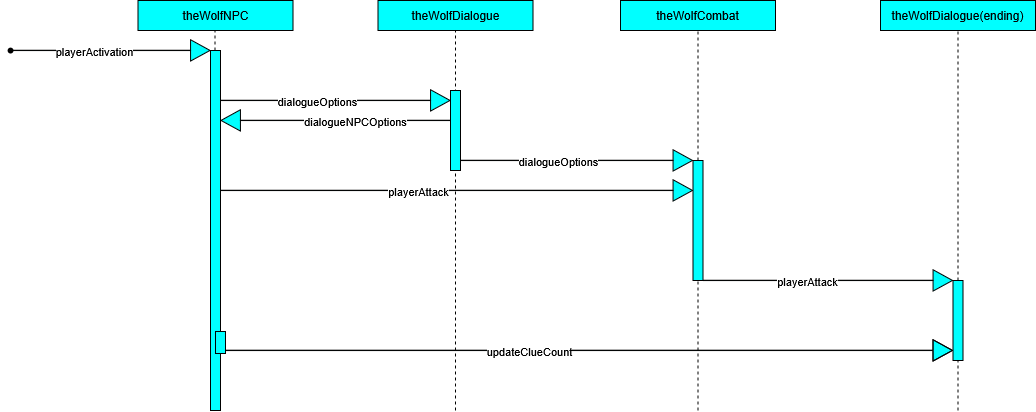
Earlier version of the draw.io export Docs/tl2/Todd Carter Works/Todd_Carter_Sequence_Diagram.png (GreenSkyGames/Breaking-Red). Source tidied: cells renumbered, new cells last; positions are measured from the earlier drawing's top-left corner, leaving out a move shared by most shapes.
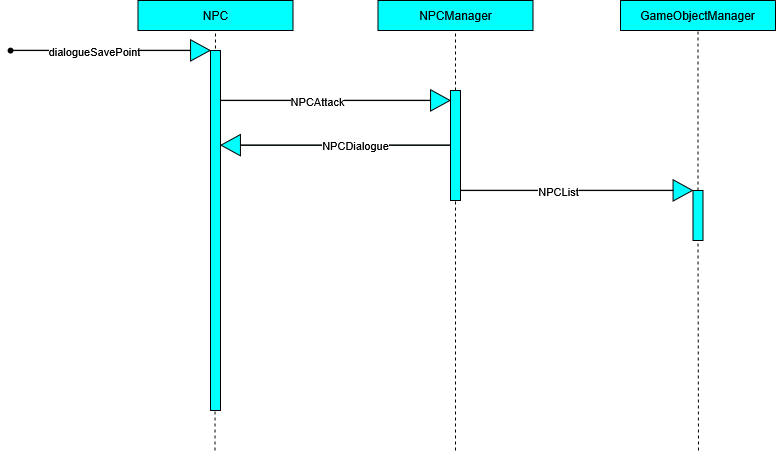
Later version of the same file.

The edit, as a diff of the source:
```diff
@@ -2,10 +2,9 @@
   <root>
     <mxCell id="0" />
     <mxCell id="1" parent="0" />
-    <mxCell id="2" style="endArrow=none;dashed=1;html=1;rounded=0;entryX=0.5;entryY=1;entryDx=0;entryDy=0;" parent="1" edge="1">
+    <mxCell id="2" style="endArrow=none;dashed=1;html=1;rounded=0;entryX=0.5;entryY=1;entryDx=0;entryDy=0;" parent="1" edge="1" target="14">
       <mxGeometry relative="1" as="geometry">
-        <mxPoint x="214.5" y="410" as="sourcePoint" />
-        <mxPoint x="214.5" y="30" as="targetPoint" />
+        <mxPoint x="214.5" y="450" as="sourcePoint" />
       </mxGeometry>
     </mxCell>
     <mxCell id="3" style="endArrow=none;dashed=1;html=1;rounded=0;entryX=0.5;entryY=1;entryDx=0;entryDy=0;" parent="1" edge="1" source="22" target="9">
@@ -13,112 +12,64 @@
     </mxCell>
     <mxCell id="4" style="endArrow=none;dashed=1;html=1;rounded=0;entryX=0.5;entryY=1;entryDx=0;entryDy=0;" parent="1" edge="1" target="7">
       <mxGeometry relative="1" as="geometry">
-        <mxPoint x="455" y="410" as="sourcePoint" />
+        <mxPoint x="455" y="450" as="sourcePoint" />
       </mxGeometry>
     </mxCell>
     <mxCell id="5" style="html=1;points=[[0,0,0,0,5],[0,1,0,0,-5],[1,0,0,0,5],[1,1,0,0,-5]];perimeter=orthogonalPerimeter;outlineConnect=0;targetShapes=umlLifeline;portConstraint=eastwest;newEdgeStyle={&quot;curved&quot;:0,&quot;rounded&quot;:0};fillColor=#00FFFF;strokeColor=default;strokeWidth=1;" parent="1" vertex="1">
       <mxGeometry x="210" y="50" width="10" height="360" as="geometry" />
     </mxCell>
     <mxCell id="6" style="html=1;points=[[0,0,0,0,5],[0,1,0,0,-5],[1,0,0,0,5],[1,1,0,0,-5]];perimeter=orthogonalPerimeter;outlineConnect=0;targetShapes=umlLifeline;portConstraint=eastwest;newEdgeStyle={&quot;curved&quot;:0,&quot;rounded&quot;:0};fillColor=#00FFFF;" parent="1" vertex="1">
-      <mxGeometry x="450" y="90" width="10" height="80" as="geometry" />
+      <mxGeometry x="450" y="90" width="10" height="110" as="geometry" />
     </mxCell>
-    <mxCell id="7" value="theWolfDialogue" style="text;html=1;align=center;verticalAlign=middle;whiteSpace=wrap;rounded=0;strokeColor=default;fillColor=#00FFFF;" parent="1" vertex="1">
+    <mxCell id="7" value="NPCManager" style="text;html=1;align=center;verticalAlign=middle;whiteSpace=wrap;rounded=0;strokeColor=default;fillColor=#00FFFF;" parent="1" vertex="1">
       <mxGeometry x="377.5" width="155" height="30" as="geometry" />
     </mxCell>
-    <mxCell id="8" value="theWolfDialogue(ending)" style="text;html=1;align=center;verticalAlign=middle;whiteSpace=wrap;rounded=0;strokeColor=default;fillColor=#00FFFF;" parent="1" vertex="1">
-      <mxGeometry x="880" width="155" height="30" as="geometry" />
-    </mxCell>
-    <mxCell id="9" value="theWolfCombat" style="text;html=1;align=center;verticalAlign=middle;whiteSpace=wrap;rounded=0;strokeColor=default;fillColor=#00FFFF;" parent="1" vertex="1">
+    <mxCell id="9" value="GameObjectManager" style="text;html=1;align=center;verticalAlign=middle;whiteSpace=wrap;rounded=0;strokeColor=default;fillColor=#00FFFF;" parent="1" vertex="1">
       <mxGeometry x="620" width="155" height="30" as="geometry" />
     </mxCell>
-    <mxCell id="10" style="endArrow=none;dashed=1;html=1;rounded=0;entryX=0.5;entryY=1;entryDx=0;entryDy=0;" parent="1" edge="1" source="26" target="8">
-      <mxGeometry relative="1" as="geometry" />
-    </mxCell>
     <mxCell id="11" style="shape=waypoint;sketch=0;fillStyle=solid;size=6;points=[];fillColor=none;perimeter=centerPerimeter;snapToPoint=1;" parent="1" vertex="1">
       <mxGeometry y="40" width="20" height="20" as="geometry" />
     </mxCell>
     <mxCell id="12" style="shape=flexArrow;endArrow=classic;html=1;rounded=0;fillColor=#00FFFF;width=0.3333333333333333;endSize=6.1433333333333335;exitX=0.65;exitY=0.629;exitDx=0;exitDy=0;exitPerimeter=0;" parent="1" edge="1" source="11" target="5">
       <mxGeometry relative="1" as="geometry" />
     </mxCell>
-    <mxCell id="13" value="playerActivation" style="edgeLabel;html=1;align=center;verticalAlign=middle;" parent="12" vertex="1">
+    <mxCell id="13" value="dialogueSavePoint" style="edgeLabel;html=1;align=center;verticalAlign=middle;" parent="12" vertex="1">
       <mxGeometry x="-0.17" relative="1" as="geometry" />
     </mxCell>
-    <mxCell id="14" value="theWolfNPC" style="text;html=1;align=center;verticalAlign=middle;whiteSpace=wrap;rounded=0;strokeColor=default;fillColor=#00FFFF;" parent="1" vertex="1">
+    <mxCell id="14" value="NPC" style="text;html=1;align=center;verticalAlign=middle;whiteSpace=wrap;rounded=0;strokeColor=default;fillColor=#00FFFF;" parent="1" vertex="1">
       <mxGeometry x="137.5" width="155" height="30" as="geometry" />
     </mxCell>
     <mxCell id="15" style="shape=flexArrow;endArrow=classic;html=1;rounded=0;fillColor=#00FFFF;width=0.3333333333333333;endSize=6.1433333333333335;" parent="1" edge="1">
       <mxGeometry relative="1" as="geometry">
-        <mxPoint x="450" y="120" as="sourcePoint" />
-        <mxPoint x="220" y="120" as="targetPoint" />
+        <mxPoint x="220" y="100" as="sourcePoint" />
+        <mxPoint x="450" y="100" as="targetPoint" />
       </mxGeometry>
     </mxCell>
-    <mxCell id="16" value="dialogueNPCOptions" style="edgeLabel;html=1;align=center;verticalAlign=middle;" parent="15" vertex="1">
+    <mxCell id="16" value="NPCAttack" style="edgeLabel;html=1;align=center;verticalAlign=middle;" parent="15" vertex="1">
       <mxGeometry x="-0.17" relative="1" as="geometry" />
     </mxCell>
-    <mxCell id="17" style="shape=flexArrow;endArrow=classic;html=1;rounded=0;fillColor=#00FFFF;width=0.3333333333333333;endSize=6.1433333333333335;exitX=0.65;exitY=0.629;exitDx=0;exitDy=0;exitPerimeter=0;" parent="1" edge="1">
-      <mxGeometry relative="1" as="geometry">
-        <mxPoint x="220" y="100" as="sourcePoint" />
-        <mxPoint x="450" y="100" as="targetPoint" />
-      </mxGeometry>
-    </mxCell>
-    <mxCell id="18" value="dialogueOptions" style="edgeLabel;html=1;align=center;verticalAlign=middle;" parent="17" vertex="1">
-      <mxGeometry x="-0.17" relative="1" as="geometry" />
-    </mxCell>
-    <mxCell id="19" style="shape=flexArrow;endArrow=classic;html=1;rounded=0;fillColor=#00FFFF;width=0.3333333333333333;endSize=6.1433333333333335;exitX=0.65;exitY=0.629;exitDx=0;exitDy=0;exitPerimeter=0;" parent="1" edge="1" target="22">
-      <mxGeometry relative="1" as="geometry">
-        <mxPoint x="460" y="160" as="sourcePoint" />
-      </mxGeometry>
+    <mxCell id="19" style="shape=flexArrow;endArrow=classic;html=1;rounded=0;fillColor=#00FFFF;width=0.3333333333333333;endSize=6.1433333333333335;" parent="1" edge="1" source="6" target="22">
+      <mxGeometry relative="1" as="geometry" />
     </mxCell>
-    <mxCell id="20" value="dialogueOptions" style="edgeLabel;html=1;align=center;verticalAlign=middle;" parent="19" vertex="1">
+    <mxCell id="20" value="NPCList" style="edgeLabel;html=1;align=center;verticalAlign=middle;" parent="19" vertex="1">
       <mxGeometry x="-0.17" relative="1" as="geometry" />
     </mxCell>
-    <mxCell id="21" style="endArrow=none;dashed=1;html=1;rounded=0;entryX=0.5;entryY=1;entryDx=0;entryDy=0;" parent="1" edge="1" target="22">
-      <mxGeometry relative="1" as="geometry">
-        <mxPoint x="697.5" y="410" as="sourcePoint" />
-      </mxGeometry>
-    </mxCell>
-    <mxCell id="22" style="html=1;points=[[0,0,0,0,5],[0,1,0,0,-5],[1,0,0,0,5],[1,1,0,0,-5]];perimeter=orthogonalPerimeter;outlineConnect=0;targetShapes=umlLifeline;portConstraint=eastwest;newEdgeStyle={&quot;curved&quot;:0,&quot;rounded&quot;:0};fillColor=#00FFFF;" parent="1" vertex="1">
-      <mxGeometry x="692.5" y="160" width="10" height="120" as="geometry" />
-    </mxCell>
-    <mxCell id="23" style="shape=flexArrow;endArrow=classic;html=1;rounded=0;fillColor=#00FFFF;width=0.3333333333333333;endSize=6.1433333333333335;exitX=0.65;exitY=0.629;exitDx=0;exitDy=0;exitPerimeter=0;" parent="1" edge="1" target="22">
+    <mxCell id="23" style="shape=flexArrow;endArrow=classic;html=1;rounded=0;fillColor=#00FFFF;width=0.3333333333333333;endSize=6.1433333333333335;" parent="1" edge="1">
       <mxGeometry relative="1" as="geometry">
-        <mxPoint x="220" y="190" as="sourcePoint" />
+        <mxPoint x="450" y="144.6" as="sourcePoint" />
+        <mxPoint x="220" y="144.6" as="targetPoint" />
       </mxGeometry>
     </mxCell>
-    <mxCell id="24" value="playerAttack" style="edgeLabel;html=1;align=center;verticalAlign=middle;" parent="23" vertex="1">
+    <mxCell id="24" value="NPCDialogue" style="edgeLabel;html=1;align=center;verticalAlign=middle;" parent="23" vertex="1">
       <mxGeometry x="-0.17" relative="1" as="geometry" />
     </mxCell>
-    <mxCell id="25" style="endArrow=none;dashed=1;html=1;rounded=0;entryX=0.5;entryY=1;entryDx=0;entryDy=0;" parent="1" edge="1" target="26">
-      <mxGeometry relative="1" as="geometry">
-        <mxPoint x="957.5" y="410" as="sourcePoint" />
-      </mxGeometry>
-    </mxCell>
-    <mxCell id="26" style="html=1;points=[[0,0,0,0,5],[0,1,0,0,-5],[1,0,0,0,5],[1,1,0,0,-5]];perimeter=orthogonalPerimeter;outlineConnect=0;targetShapes=umlLifeline;portConstraint=eastwest;newEdgeStyle={&quot;curved&quot;:0,&quot;rounded&quot;:0};fillColor=#00FFFF;" parent="1" vertex="1">
-      <mxGeometry x="952.5" y="280" width="10" height="80" as="geometry" />
-    </mxCell>
-    <mxCell id="27" style="shape=flexArrow;endArrow=classic;html=1;rounded=0;fillColor=#00FFFF;width=0.3333333333333333;endSize=6.1433333333333335;exitX=0.65;exitY=0.629;exitDx=0;exitDy=0;exitPerimeter=0;" parent="1" edge="1">
-      <mxGeometry relative="1" as="geometry">
-        <mxPoint x="702.5" y="280" as="sourcePoint" />
-        <mxPoint x="952.5" y="280" as="targetPoint" />
-      </mxGeometry>
-    </mxCell>
-    <mxCell id="28" value="playerAttack" style="edgeLabel;html=1;align=center;verticalAlign=middle;" parent="27" vertex="1">
-      <mxGeometry x="-0.17" relative="1" as="geometry" />
-    </mxCell>
-    <mxCell id="29" style="html=1;perimeter=orthogonalPerimeter;targetShapes=umlLifeline;newEdgeStyle={&quot;curved&quot;:0,&quot;rounded&quot;:0};fillColor=#00FFFF;" parent="1" vertex="1">
-      <mxGeometry x="215" y="331" width="10" height="22" as="geometry" />
-    </mxCell>
-    <mxCell id="30" style="shape=flexArrow;endArrow=classic;html=1;rounded=0;fillColor=#00FFFF;width=0.3333333333333333;endSize=6.1433333333333335;" parent="1" edge="1" target="26">
-      <mxGeometry relative="1" as="geometry">
-        <mxPoint x="225" y="350" as="sourcePoint" />
-        <Array as="points">
-          <mxPoint x="275" y="350" />
-          <mxPoint x="305" y="350" />
-        </Array>
-      </mxGeometry>
-    </mxCell>
-    <mxCell id="31" value="updateClueCount" style="edgeLabel;html=1;align=center;verticalAlign=middle;" parent="30" vertex="1">
-      <mxGeometry x="-0.17" relative="1" as="geometry" />
-    </mxCell>
+    <mxCell id="32" style="endArrow=none;dashed=1;html=1;rounded=0;entryX=0.5;entryY=1;entryDx=0;entryDy=0;" parent="1" edge="1" target="22">
+      <mxGeometry relative="1" as="geometry">
+        <mxPoint x="698" y="450" as="sourcePoint" />
+      </mxGeometry>
+    </mxCell>
+    <mxCell id="22" style="html=1;points=[[0,0,0,0,5],[0,1,0,0,-5],[1,0,0,0,5],[1,1,0,0,-5]];perimeter=orthogonalPerimeter;outlineConnect=0;targetShapes=umlLifeline;portConstraint=eastwest;newEdgeStyle={&quot;curved&quot;:0,&quot;rounded&quot;:0};fillColor=#00FFFF;" parent="1" vertex="1">
+      <mxGeometry x="692.5" y="190" width="10" height="50" as="geometry" />
+    </mxCell>
   </root>
 </mxGraphModel>
```
